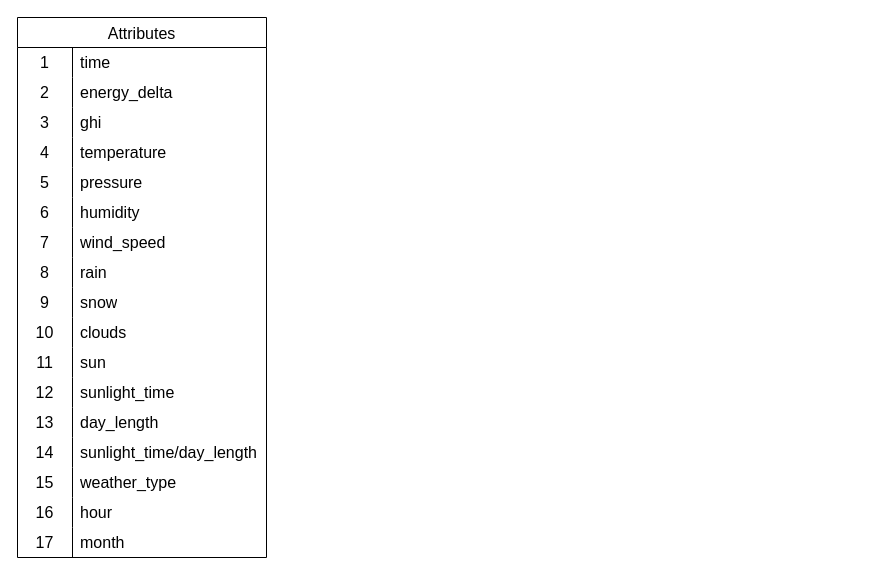
Before: RenewablePower/Diagram Board.drawio in RoaringRohan/data_analytics, a draw.io diagram. Source tidied: cells renumbered, new cells numbered last; positions are measured from the earlier drawing's top-left corner, leaving out a move shared by most shapes. Both pictures are drawn from the tidied source at 100%, with x=0, y=0 at pixel (17, 17).
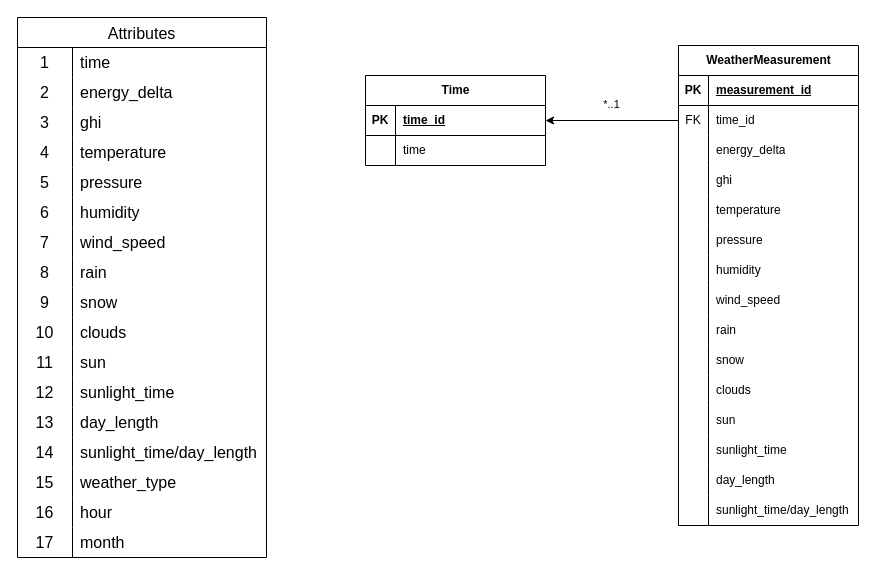
The same page after the edit.

What changed in the source:
```diff
@@
+    <mxCell id="54" value="WeatherMeasurement" style="shape=table;startSize=30;childLayout=tableLayout;rowLines=0;fontStyle=1;align=center;html=1;" parent="1" vertex="1">
+      <mxGeometry x="661" y="28" width="180" height="480" as="geometry" />
+    </mxCell>
+    <mxCell id="55" style="shape=tableRow;horizontal=0;startSize=0;swimlaneHead=0;swimlaneBody=0;fillColor=none;top=0;left=0;right=0;bottom=1;" parent="54" vertex="1">
+      <mxGeometry y="30" width="180" height="30" as="geometry" />
+    </mxCell>
+    <mxCell id="56" value="PK" style="shape=partialRectangle;fillColor=none;top=0;left=0;bottom=0;right=0;fontStyle=1;overflow=hidden;whiteSpace=wrap;html=1;" parent="55" vertex="1">
+      <mxGeometry width="30" height="30" as="geometry" />
+    </mxCell>
+    <mxCell id="57" value="measurement_id" style="shape=partialRectangle;fillColor=none;top=0;left=0;bottom=0;right=0;align=left;spacingLeft=6;fontStyle=5;overflow=hidden;whiteSpace=wrap;html=1;" parent="55" vertex="1">
+      <mxGeometry x="30" width="150" height="30" as="geometry" />
+    </mxCell>
+    <mxCell id="58" style="shape=tableRow;horizontal=0;startSize=0;swimlaneHead=0;swimlaneBody=0;fillColor=none;points=[[0,0.5],[1,0.5]];portConstraint=eastwest;top=0;left=0;right=0;bottom=0;" parent="54" vertex="1">
+      <mxGeometry y="60" width="180" height="30" as="geometry" />
+    </mxCell>
+    <mxCell id="59" value="FK" style="shape=partialRectangle;fillColor=none;top=0;left=0;bottom=0;right=0;overflow=hidden;whiteSpace=wrap;html=1;" parent="58" vertex="1">
+      <mxGeometry width="30" height="30" as="geometry" />
+    </mxCell>
+    <mxCell id="60" value="time_id" style="shape=partialRectangle;fillColor=none;top=0;left=0;bottom=0;right=0;align=left;spacingLeft=6;overflow=hidden;whiteSpace=wrap;html=1;" parent="58" vertex="1">
+      <mxGeometry x="30" width="150" height="30" as="geometry" />
+    </mxCell>
+    <mxCell id="61" style="shape=tableRow;horizontal=0;startSize=0;swimlaneHead=0;swimlaneBody=0;fillColor=none;top=0;left=0;right=0;bottom=0;" parent="54" vertex="1">
+      <mxGeometry y="90" width="180" height="30" as="geometry" />
+    </mxCell>
+    <mxCell id="62" style="shape=partialRectangle;fillColor=none;top=0;left=0;bottom=0;right=0;overflow=hidden;whiteSpace=wrap;html=1;" parent="61" vertex="1">
+      <mxGeometry width="30" height="30" as="geometry" />
+    </mxCell>
+    <mxCell id="63" value="energy_delta" style="shape=partialRectangle;fillColor=none;top=0;left=0;bottom=0;right=0;align=left;spacingLeft=6;overflow=hidden;whiteSpace=wrap;html=1;" parent="61" vertex="1">
+      <mxGeometry x="30" width="150" height="30" as="geometry" />
+    </mxCell>
+    <mxCell id="64" style="shape=tableRow;horizontal=0;startSize=0;swimlaneHead=0;swimlaneBody=0;fillColor=none;top=0;left=0;right=0;bottom=0;" parent="54" vertex="1">
+      <mxGeometry y="120" width="180" height="30" as="geometry" />
+    </mxCell>
+    <mxCell id="65" style="shape=partialRectangle;fillColor=none;top=0;left=0;bottom=0;right=0;overflow=hidden;whiteSpace=wrap;html=1;" parent="64" vertex="1">
+      <mxGeometry width="30" height="30" as="geometry" />
+    </mxCell>
+    <mxCell id="66" value="ghi" style="shape=partialRectangle;fillColor=none;top=0;left=0;bottom=0;right=0;align=left;spacingLeft=6;overflow=hidden;whiteSpace=wrap;html=1;" parent="64" vertex="1">
+      <mxGeometry x="30" width="150" height="30" as="geometry" />
+    </mxCell>
+    <mxCell id="67" style="shape=tableRow;horizontal=0;startSize=0;swimlaneHead=0;swimlaneBody=0;fillColor=none;top=0;left=0;right=0;bottom=0;" parent="54" vertex="1">
+      <mxGeometry y="150" width="180" height="30" as="geometry" />
+    </mxCell>
+    <mxCell id="68" style="shape=partialRectangle;fillColor=none;top=0;left=0;bottom=0;right=0;overflow=hidden;whiteSpace=wrap;html=1;" parent="67" vertex="1">
+      <mxGeometry width="30" height="30" as="geometry" />
+    </mxCell>
+    <mxCell id="69" value="temperature" style="shape=partialRectangle;fillColor=none;top=0;left=0;bottom=0;right=0;align=left;spacingLeft=6;overflow=hidden;whiteSpace=wrap;html=1;" parent="67" vertex="1">
+      <mxGeometry x="30" width="150" height="30" as="geometry" />
+    </mxCell>
+    <mxCell id="70" style="shape=tableRow;horizontal=0;startSize=0;swimlaneHead=0;swimlaneBody=0;fillColor=none;top=0;left=0;right=0;bottom=0;" parent="54" vertex="1">
+      <mxGeometry y="180" width="180" height="30" as="geometry" />
+    </mxCell>
+    <mxCell id="71" style="shape=partialRectangle;fillColor=none;top=0;left=0;bottom=0;right=0;overflow=hidden;whiteSpace=wrap;html=1;" parent="70" vertex="1">
+      <mxGeometry width="30" height="30" as="geometry" />
+    </mxCell>
+    <mxCell id="72" value="pressure" style="shape=partialRectangle;fillColor=none;top=0;left=0;bottom=0;right=0;align=left;spacingLeft=6;overflow=hidden;whiteSpace=wrap;html=1;" parent="70" vertex="1">
+      <mxGeometry x="30" width="150" height="30" as="geometry" />
+    </mxCell>
+    <mxCell id="73" style="shape=tableRow;horizontal=0;startSize=0;swimlaneHead=0;swimlaneBody=0;fillColor=none;top=0;left=0;right=0;bottom=0;" parent="54" vertex="1">
+      <mxGeometry y="210" width="180" height="30" as="geometry" />
+    </mxCell>
+    <mxCell id="74" style="shape=partialRectangle;fillColor=none;top=0;left=0;bottom=0;right=0;overflow=hidden;whiteSpace=wrap;html=1;" parent="73" vertex="1">
+      <mxGeometry width="30" height="30" as="geometry" />
+    </mxCell>
+    <mxCell id="75" value="humidity" style="shape=partialRectangle;fillColor=none;top=0;left=0;bottom=0;right=0;align=left;spacingLeft=6;overflow=hidden;whiteSpace=wrap;html=1;" parent="73" vertex="1">
+      <mxGeometry x="30" width="150" height="30" as="geometry" />
+    </mxCell>
+    <mxCell id="76" style="shape=tableRow;horizontal=0;startSize=0;swimlaneHead=0;swimlaneBody=0;fillColor=none;top=0;left=0;right=0;bottom=0;" parent="54" vertex="1">
+      <mxGeometry y="240" width="180" height="30" as="geometry" />
+    </mxCell>
+    <mxCell id="77" style="shape=partialRectangle;fillColor=none;top=0;left=0;bottom=0;right=0;overflow=hidden;whiteSpace=wrap;html=1;" parent="76" vertex="1">
+      <mxGeometry width="30" height="30" as="geometry" />
+    </mxCell>
+    <mxCell id="78" value="wind_speed" style="shape=partialRectangle;fillColor=none;top=0;left=0;bottom=0;right=0;align=left;spacingLeft=6;overflow=hidden;whiteSpace=wrap;html=1;" parent="76" vertex="1">
+      <mxGeometry x="30" width="150" height="30" as="geometry" />
+    </mxCell>
+    <mxCell id="79" style="shape=tableRow;horizontal=0;startSize=0;swimlaneHead=0;swimlaneBody=0;fillColor=none;top=0;left=0;right=0;bottom=0;" parent="54" vertex="1">
+      <mxGeometry y="270" width="180" height="30" as="geometry" />
+    </mxCell>
+    <mxCell id="80" style="shape=partialRectangle;fillColor=none;top=0;left=0;bottom=0;right=0;overflow=hidden;whiteSpace=wrap;html=1;" parent="79" vertex="1">
+      <mxGeometry width="30" height="30" as="geometry" />
+    </mxCell>
+    <mxCell id="81" value="rain" style="shape=partialRectangle;fillColor=none;top=0;left=0;bottom=0;right=0;align=left;spacingLeft=6;overflow=hidden;whiteSpace=wrap;html=1;" parent="79" vertex="1">
+      <mxGeometry x="30" width="150" height="30" as="geometry" />
+    </mxCell>
+    <mxCell id="82" style="shape=tableRow;horizontal=0;startSize=0;swimlaneHead=0;swimlaneBody=0;fillColor=none;top=0;left=0;right=0;bottom=0;" parent="54" vertex="1">
+      <mxGeometry y="300" width="180" height="30" as="geometry" />
+    </mxCell>
+    <mxCell id="83" style="shape=partialRectangle;fillColor=none;top=0;left=0;bottom=0;right=0;overflow=hidden;whiteSpace=wrap;html=1;" parent="82" vertex="1">
+      <mxGeometry width="30" height="30" as="geometry" />
+    </mxCell>
+    <mxCell id="84" value="snow" style="shape=partialRectangle;fillColor=none;top=0;left=0;bottom=0;right=0;align=left;spacingLeft=6;overflow=hidden;whiteSpace=wrap;html=1;" parent="82" vertex="1">
+      <mxGeometry x="30" width="150" height="30" as="geometry" />
+    </mxCell>
+    <mxCell id="85" style="shape=tableRow;horizontal=0;startSize=0;swimlaneHead=0;swimlaneBody=0;fillColor=none;top=0;left=0;right=0;bottom=0;" parent="54" vertex="1">
+      <mxGeometry y="330" width="180" height="30" as="geometry" />
+    </mxCell>
+    <mxCell id="86" style="shape=partialRectangle;fillColor=none;top=0;left=0;bottom=0;right=0;overflow=hidden;whiteSpace=wrap;html=1;" parent="85" vertex="1">
+      <mxGeometry width="30" height="30" as="geometry" />
+    </mxCell>
+    <mxCell id="87" value="clouds" style="shape=partialRectangle;fillColor=none;top=0;left=0;bottom=0;right=0;align=left;spacingLeft=6;overflow=hidden;whiteSpace=wrap;html=1;" parent="85" vertex="1">
+      <mxGeometry x="30" width="150" height="30" as="geometry" />
+    </mxCell>
+    <mxCell id="88" style="shape=tableRow;horizontal=0;startSize=0;swimlaneHead=0;swimlaneBody=0;fillColor=none;top=0;left=0;right=0;bottom=0;" parent="54" vertex="1">
+      <mxGeometry y="360" width="180" height="30" as="geometry" />
+    </mxCell>
+    <mxCell id="89" style="shape=partialRectangle;fillColor=none;top=0;left=0;bottom=0;right=0;overflow=hidden;whiteSpace=wrap;html=1;" parent="88" vertex="1">
+      <mxGeometry width="30" height="30" as="geometry" />
+    </mxCell>
+    <mxCell id="90" value="sun" style="shape=partialRectangle;fillColor=none;top=0;left=0;bottom=0;right=0;align=left;spacingLeft=6;overflow=hidden;whiteSpace=wrap;html=1;" parent="88" vertex="1">
+      <mxGeometry x="30" width="150" height="30" as="geometry" />
+    </mxCell>
+    <mxCell id="91" style="shape=tableRow;horizontal=0;startSize=0;swimlaneHead=0;swimlaneBody=0;fillColor=none;top=0;left=0;right=0;bottom=0;" parent="54" vertex="1">
+      <mxGeometry y="390" width="180" height="30" as="geometry" />
+    </mxCell>
+    <mxCell id="92" style="shape=partialRectangle;fillColor=none;top=0;left=0;bottom=0;right=0;overflow=hidden;whiteSpace=wrap;html=1;" parent="91" vertex="1">
+      <mxGeometry width="30" height="30" as="geometry" />
+    </mxCell>
+    <mxCell id="93" value="sunlight_time" style="shape=partialRectangle;fillColor=none;top=0;left=0;bottom=0;right=0;align=left;spacingLeft=6;overflow=hidden;whiteSpace=wrap;html=1;" parent="91" vertex="1">
+      <mxGeometry x="30" width="150" height="30" as="geometry" />
+    </mxCell>
+    <mxCell id="94" style="shape=tableRow;horizontal=0;startSize=0;swimlaneHead=0;swimlaneBody=0;fillColor=none;top=0;left=0;right=0;bottom=0;" parent="54" vertex="1">
+      <mxGeometry y="420" width="180" height="30" as="geometry" />
+    </mxCell>
+    <mxCell id="95" style="shape=partialRectangle;fillColor=none;top=0;left=0;bottom=0;right=0;overflow=hidden;whiteSpace=wrap;html=1;" parent="94" vertex="1">
+      <mxGeometry width="30" height="30" as="geometry" />
+    </mxCell>
+    <mxCell id="96" value="day_length" style="shape=partialRectangle;fillColor=none;top=0;left=0;bottom=0;right=0;align=left;spacingLeft=6;overflow=hidden;whiteSpace=wrap;html=1;" parent="94" vertex="1">
+      <mxGeometry x="30" width="150" height="30" as="geometry" />
+    </mxCell>
+    <mxCell id="97" style="shape=tableRow;horizontal=0;startSize=0;swimlaneHead=0;swimlaneBody=0;fillColor=none;top=0;left=0;right=0;bottom=0;" parent="54" vertex="1">
+      <mxGeometry y="450" width="180" height="30" as="geometry" />
+    </mxCell>
+    <mxCell id="98" style="shape=partialRectangle;fillColor=none;top=0;left=0;bottom=0;right=0;overflow=hidden;whiteSpace=wrap;html=1;" parent="97" vertex="1">
+      <mxGeometry width="30" height="30" as="geometry" />
+    </mxCell>
+    <mxCell id="99" value="sunlight_time/day_length" style="shape=partialRectangle;fillColor=none;top=0;left=0;bottom=0;right=0;align=left;spacingLeft=6;overflow=hidden;whiteSpace=wrap;html=1;" parent="97" vertex="1">
+      <mxGeometry x="30" width="150" height="30" as="geometry" />
+    </mxCell>
+    <mxCell id="100" value="Time" style="shape=table;startSize=30;childLayout=tableLayout;rowLines=0;fontStyle=1;align=center;html=1;" parent="1" vertex="1">
+      <mxGeometry x="348" y="58" width="180" height="90" as="geometry" />
+    </mxCell>
+    <mxCell id="101" style="shape=tableRow;horizontal=0;startSize=0;swimlaneHead=0;swimlaneBody=0;fillColor=none;points=[[0,0.5],[1,0.5]];portConstraint=eastwest;top=0;left=0;right=0;bottom=1;" parent="100" vertex="1">
+      <mxGeometry y="30" width="180" height="30" as="geometry" />
+    </mxCell>
+    <mxCell id="102" value="PK" style="shape=partialRectangle;fillColor=none;top=0;left=0;bottom=0;right=0;fontStyle=1;overflow=hidden;whiteSpace=wrap;html=1;" parent="101" vertex="1">
+      <mxGeometry width="30" height="30" as="geometry" />
+    </mxCell>
+    <mxCell id="103" value="time_id" style="shape=partialRectangle;fillColor=none;top=0;left=0;bottom=0;right=0;align=left;spacingLeft=6;fontStyle=5;overflow=hidden;whiteSpace=wrap;html=1;" parent="101" vertex="1">
+      <mxGeometry x="30" width="150" height="30" as="geometry" />
+    </mxCell>
+    <mxCell id="104" style="shape=tableRow;horizontal=0;startSize=0;swimlaneHead=0;swimlaneBody=0;fillColor=none;top=0;left=0;right=0;bottom=0;" parent="100" vertex="1">
+      <mxGeometry y="60" width="180" height="30" as="geometry" />
+    </mxCell>
+    <mxCell id="105" style="shape=partialRectangle;fillColor=none;top=0;left=0;bottom=0;right=0;overflow=hidden;whiteSpace=wrap;html=1;" parent="104" vertex="1">
+      <mxGeometry width="30" height="30" as="geometry" />
+    </mxCell>
+    <mxCell id="106" value="time" style="shape=partialRectangle;fillColor=none;top=0;left=0;bottom=0;right=0;align=left;spacingLeft=6;overflow=hidden;whiteSpace=wrap;html=1;" parent="104" vertex="1">
+      <mxGeometry x="30" width="150" height="30" as="geometry" />
+    </mxCell>
+    <mxCell id="107" value="*..1" style="edgeStyle=orthogonalEdgeStyle;rounded=0;jettySize=auto;html=1;exitX=0;exitY=0.5;exitDx=0;exitDy=0;entryX=1;entryY=0.5;entryDx=0;entryDy=0;" parent="1" edge="1" source="58" target="101">
+      <mxGeometry x="0.01" y="-16" relative="1" as="geometry" />
+    </mxCell>
```
